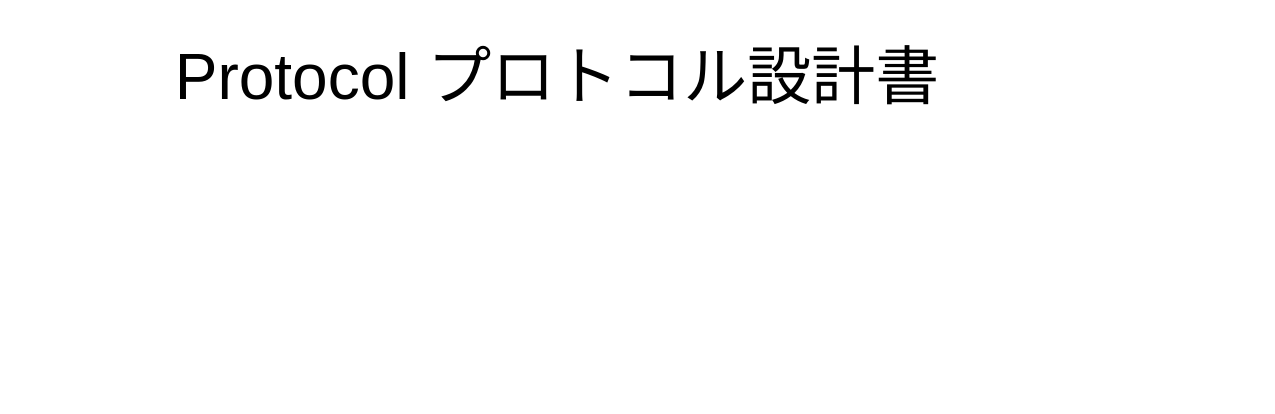
Before: page "ぷろとこる～" (4 of 4) of network_design.drawio in skeita0004/CircleShow, a draw.io diagram. Source tidied: cells renumbered, new cells numbered last; positions are measured from the earlier drawing's top-left corner, leaving out a move shared by most shapes. Both pictures are drawn from the tidied source at 100%, with x=0, y=0 at pixel (17, 17).
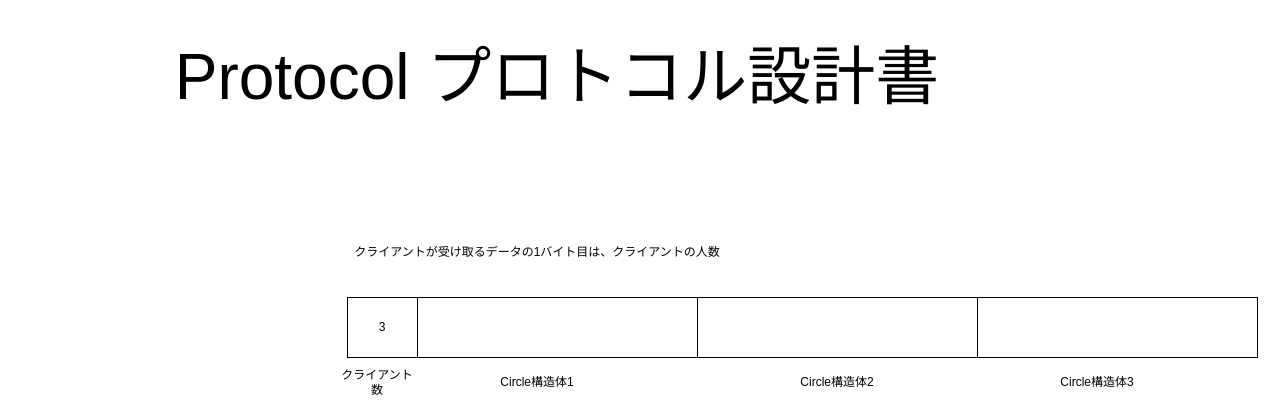
After the change.

What changed in the source:
```diff
@@
 <mxGraphModel>
   <root>
     <mxCell id="0" />
     <mxCell id="1" parent="0" />
     <mxCell id="2" value="Protocol プロトコル設計書" style="text;html=1;whiteSpace=wrap;strokeColor=none;fillColor=none;align=center;verticalAlign=middle;rounded=0;fontFamily=Cascadia Code;fontSize=64;" parent="1" vertex="1">
       <mxGeometry width="1080" height="120" as="geometry" />
     </mxCell>
+    <mxCell id="3" value="クライアントが受け取るデータの1バイト目は、クライアントの人数" style="text;html=1;whiteSpace=wrap;strokeColor=none;fillColor=none;align=center;verticalAlign=middle;rounded=0;" parent="1" vertex="1">
+      <mxGeometry x="330" y="220" width="380" height="30" as="geometry" />
+    </mxCell>
+    <mxCell id="4" value="3" style="rounded=0;whiteSpace=wrap;html=1;" parent="1" vertex="1">
+      <mxGeometry x="330" y="280" width="70" height="60" as="geometry" />
+    </mxCell>
+    <mxCell id="5" value="クライアント数" style="text;html=1;whiteSpace=wrap;strokeColor=none;fillColor=none;align=center;verticalAlign=middle;rounded=0;" parent="1" vertex="1">
+      <mxGeometry x="320" y="350" width="80" height="30" as="geometry" />
+    </mxCell>
+    <mxCell id="6" value="Circle構造体1" style="text;html=1;whiteSpace=wrap;strokeColor=none;fillColor=none;align=center;verticalAlign=middle;rounded=0;" parent="1" vertex="1">
+      <mxGeometry x="480" y="350" width="80" height="30" as="geometry" />
+    </mxCell>
+    <mxCell id="7" style="rounded=0;whiteSpace=wrap;html=1;" parent="1" vertex="1">
+      <mxGeometry x="400" y="280" width="70" height="60" as="geometry" />
+    </mxCell>
+    <mxCell id="8" style="rounded=0;whiteSpace=wrap;html=1;" parent="1" vertex="1">
+      <mxGeometry x="470" y="280" width="70" height="60" as="geometry" />
+    </mxCell>
+    <mxCell id="9" style="rounded=0;whiteSpace=wrap;html=1;" parent="1" vertex="1">
+      <mxGeometry x="540" y="280" width="70" height="60" as="geometry" />
+    </mxCell>
+    <mxCell id="10" style="rounded=0;whiteSpace=wrap;html=1;" parent="1" vertex="1">
+      <mxGeometry x="610" y="280" width="70" height="60" as="geometry" />
+    </mxCell>
+    <mxCell id="11" style="rounded=0;whiteSpace=wrap;html=1;" parent="1" vertex="1">
+      <mxGeometry x="400" y="280" width="280" height="60" as="geometry" />
+    </mxCell>
+    <mxCell id="12" style="rounded=0;whiteSpace=wrap;html=1;" parent="1" vertex="1">
+      <mxGeometry x="680" y="280" width="280" height="60" as="geometry" />
+    </mxCell>
+    <mxCell id="13" style="rounded=0;whiteSpace=wrap;html=1;" parent="1" vertex="1">
+      <mxGeometry x="960" y="280" width="280" height="60" as="geometry" />
+    </mxCell>
+    <mxCell id="14" value="Circle構造体2" style="text;html=1;whiteSpace=wrap;strokeColor=none;fillColor=none;align=center;verticalAlign=middle;rounded=0;" parent="1" vertex="1">
+      <mxGeometry x="780" y="350" width="80" height="30" as="geometry" />
+    </mxCell>
+    <mxCell id="15" value="Circle構造体3" style="text;html=1;whiteSpace=wrap;strokeColor=none;fillColor=none;align=center;verticalAlign=middle;rounded=0;" parent="1" vertex="1">
+      <mxGeometry x="1040" y="350" width="80" height="30" as="geometry" />
+    </mxCell>
   </root>
 </mxGraphModel>
```
